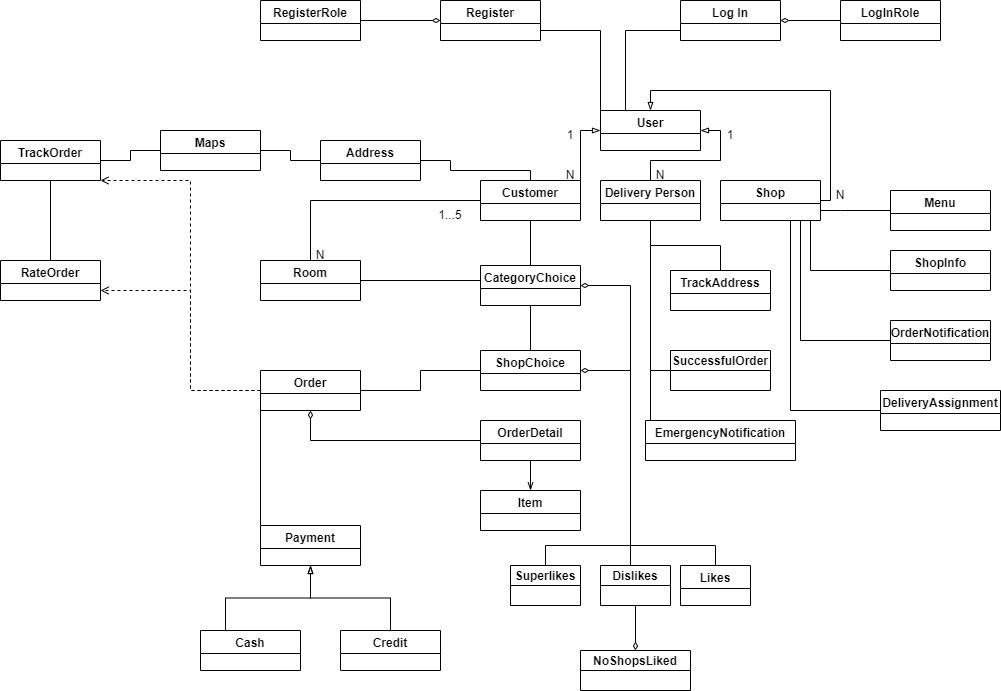
Above: AthanasiaZ/Writing-Charts/Phase2/initialdomain.png in iloudaros/nomnomr (draw.io), before the change. Source tidied: cells renumbered, new cells last; positions are measured from the earlier drawing's top-left corner, leaving out a move shared by most shapes.
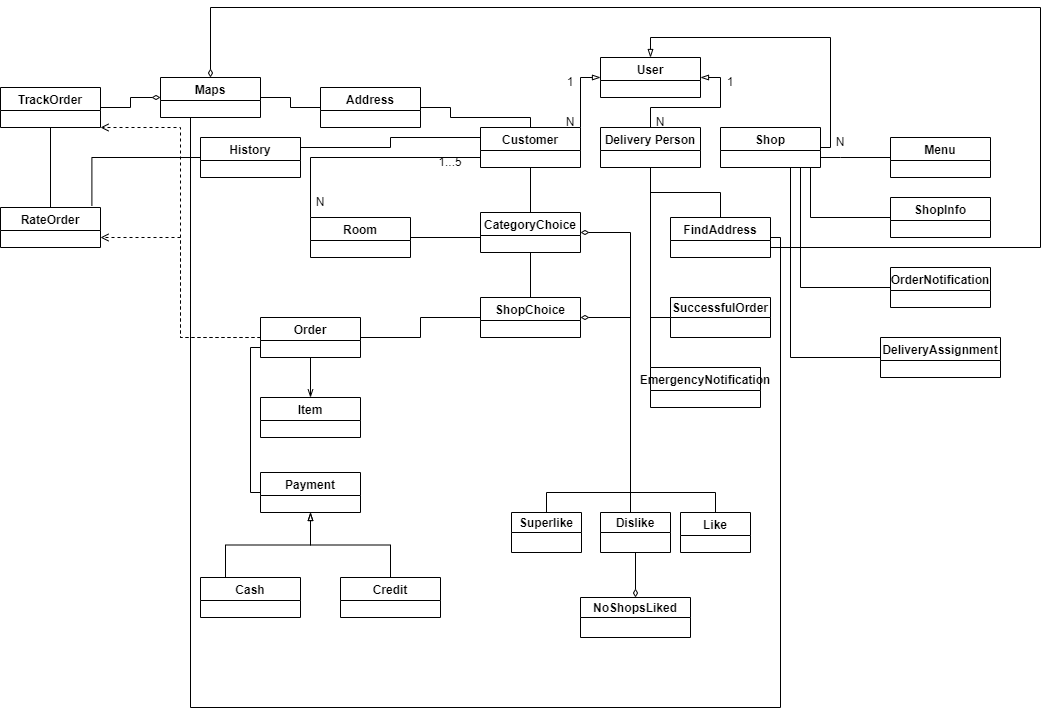
The same diagram one commit later.

Change to the diagram source:
```diff
@@ -13,7 +13,11 @@
       </mxGeometry>
     </mxCell>
     <mxCell id="4" style="edgeStyle=orthogonalEdgeStyle;rounded=0;jettySize=auto;html=1;entryX=0.5;entryY=0;entryDx=0;entryDy=0;endArrow=none;endFill=0;" parent="1" edge="1" source="7" target="32">
-      <mxGeometry relative="1" as="geometry" />
+      <mxGeometry relative="1" as="geometry">
+        <Array as="points">
+          <mxPoint x="310" y="210" />
+        </Array>
+      </mxGeometry>
     </mxCell>
     <mxCell id="5" style="edgeStyle=orthogonalEdgeStyle;rounded=0;jettySize=auto;html=1;entryX=1;entryY=0.5;entryDx=0;entryDy=0;startArrow=none;startFill=0;endArrow=none;endFill=0;" parent="1" edge="1" source="7" target="52">
       <mxGeometry relative="1" as="geometry">
@@ -27,6 +31,9 @@
     <mxCell id="6" style="edgeStyle=orthogonalEdgeStyle;rounded=0;jettySize=auto;html=1;exitX=0.5;exitY=1;exitDx=0;exitDy=0;entryX=0.5;entryY=0;entryDx=0;entryDy=0;startArrow=none;startFill=0;endArrow=none;endFill=0;" parent="1" edge="1" source="7" target="47">
       <mxGeometry relative="1" as="geometry" />
     </mxCell>
+    <mxCell id="76" style="edgeStyle=orthogonalEdgeStyle;rounded=0;jettySize=auto;html=1;exitX=0;exitY=0.25;exitDx=0;exitDy=0;entryX=1;entryY=0.25;entryDx=0;entryDy=0;startArrow=none;startFill=0;endArrow=none;endFill=0;" parent="1" edge="1" source="7" target="80">
+      <mxGeometry relative="1" as="geometry" />
+    </mxCell>
     <mxCell id="7" value="Customer" style="swimlane;" parent="1" vertex="1">
       <mxGeometry x="480" y="180" width="100" height="40" as="geometry" />
     </mxCell>
@@ -109,48 +116,18 @@
     <mxCell id="22" value="1" style="text;html=1;strokeColor=none;fillColor=none;align=center;verticalAlign=middle;whiteSpace=wrap;rounded=0;" parent="1" vertex="1">
       <mxGeometry x="700" y="120" width="60" height="30" as="geometry" />
     </mxCell>
-    <mxCell id="23" style="edgeStyle=orthogonalEdgeStyle;rounded=0;jettySize=auto;html=1;exitX=0.25;exitY=1;exitDx=0;exitDy=0;endArrow=none;endFill=0;entryX=0;entryY=0.75;entryDx=0;entryDy=0;" parent="1" edge="1" target="25">
-      <mxGeometry relative="1" as="geometry">
-        <mxPoint x="625" y="110" as="sourcePoint" />
-        <Array as="points">
-          <mxPoint x="625" y="30" />
-        </Array>
-      </mxGeometry>
-    </mxCell>
     <mxCell id="24" value="N" style="text;html=1;strokeColor=none;fillColor=none;align=center;verticalAlign=middle;whiteSpace=wrap;rounded=0;" parent="1" vertex="1">
       <mxGeometry x="810" y="180" width="60" height="30" as="geometry" />
     </mxCell>
-    <mxCell id="25" value="Log In" style="swimlane;" parent="1" vertex="1">
-      <mxGeometry x="680" width="100" height="40" as="geometry" />
-    </mxCell>
-    <mxCell id="26" style="edgeStyle=orthogonalEdgeStyle;rounded=0;jettySize=auto;html=1;entryX=0;entryY=0;entryDx=0;entryDy=0;endArrow=none;endFill=0;" parent="1" edge="1" source="28" target="2">
-      <mxGeometry relative="1" as="geometry">
-        <Array as="points">
-          <mxPoint x="600" y="30" />
-        </Array>
-      </mxGeometry>
-    </mxCell>
-    <mxCell id="27" style="edgeStyle=orthogonalEdgeStyle;rounded=0;jettySize=auto;html=1;startArrow=diamondThin;startFill=0;endArrow=none;endFill=0;" parent="1" edge="1" source="28" target="55">
-      <mxGeometry relative="1" as="geometry" />
-    </mxCell>
-    <mxCell id="28" value="Register" style="swimlane;" parent="1" vertex="1">
-      <mxGeometry x="440" width="100" height="40" as="geometry" />
-    </mxCell>
-    <mxCell id="29" style="edgeStyle=orthogonalEdgeStyle;rounded=0;jettySize=auto;html=1;entryX=1;entryY=0.5;entryDx=0;entryDy=0;endArrow=diamondThin;endFill=0;" parent="1" edge="1" source="30" target="25">
-      <mxGeometry relative="1" as="geometry" />
-    </mxCell>
-    <mxCell id="30" value="LogInRole" style="swimlane;" parent="1" vertex="1">
-      <mxGeometry x="840" width="100" height="40" as="geometry" />
-    </mxCell>
     <mxCell id="31" style="edgeStyle=orthogonalEdgeStyle;rounded=0;jettySize=auto;html=1;exitX=1;exitY=0.5;exitDx=0;exitDy=0;entryX=0;entryY=0.5;entryDx=0;entryDy=0;startArrow=none;startFill=0;endArrow=none;endFill=0;" parent="1" edge="1" source="32" target="47">
       <mxGeometry relative="1" as="geometry">
         <Array as="points">
-          <mxPoint x="480" y="280" />
+          <mxPoint x="480" y="290" />
         </Array>
       </mxGeometry>
     </mxCell>
     <mxCell id="32" value="Room" style="swimlane;" parent="1" vertex="1">
-      <mxGeometry x="260" y="260" width="100" height="40" as="geometry" />
+      <mxGeometry x="310" y="270" width="100" height="40" as="geometry" />
     </mxCell>
     <mxCell id="33" value="1...5" style="text;html=1;strokeColor=none;fillColor=none;align=center;verticalAlign=middle;whiteSpace=wrap;rounded=0;" parent="1" vertex="1">
       <mxGeometry x="420" y="200" width="60" height="30" as="geometry" />
@@ -161,16 +138,16 @@
     <mxCell id="35" style="edgeStyle=orthogonalEdgeStyle;rounded=0;jettySize=auto;html=1;entryX=1;entryY=1;entryDx=0;entryDy=0;startArrow=none;startFill=0;endArrow=open;endFill=0;dashed=1;" parent="1" edge="1" source="37" target="67">
       <mxGeometry relative="1" as="geometry">
         <Array as="points">
-          <mxPoint x="190" y="390" />
-          <mxPoint x="190" y="180" />
+          <mxPoint x="180" y="390" />
+          <mxPoint x="180" y="180" />
         </Array>
       </mxGeometry>
     </mxCell>
     <mxCell id="36" style="edgeStyle=orthogonalEdgeStyle;rounded=0;jettySize=auto;html=1;entryX=1;entryY=0.75;entryDx=0;entryDy=0;dashed=1;startArrow=none;startFill=0;endArrow=open;endFill=0;" parent="1" edge="1" source="37" target="68">
       <mxGeometry relative="1" as="geometry">
         <Array as="points">
-          <mxPoint x="190" y="390" />
-          <mxPoint x="190" y="290" />
+          <mxPoint x="180" y="390" />
+          <mxPoint x="180" y="290" />
         </Array>
       </mxGeometry>
     </mxCell>
@@ -180,26 +157,16 @@
     <mxCell id="38" style="edgeStyle=orthogonalEdgeStyle;rounded=0;jettySize=auto;html=1;exitX=0;exitY=0.75;exitDx=0;exitDy=0;entryX=0;entryY=0.5;entryDx=0;entryDy=0;startArrow=none;startFill=0;endArrow=none;endFill=0;" parent="1" edge="1" source="37" target="44">
       <mxGeometry relative="1" as="geometry">
         <Array as="points">
-          <mxPoint x="260" y="550" />
-          <mxPoint x="260" y="550" />
+          <mxPoint x="250" y="400" />
+          <mxPoint x="250" y="545" />
         </Array>
       </mxGeometry>
     </mxCell>
-    <mxCell id="39" style="edgeStyle=orthogonalEdgeStyle;rounded=0;jettySize=auto;html=1;exitX=0.5;exitY=1;exitDx=0;exitDy=0;entryX=0.5;entryY=0;entryDx=0;entryDy=0;startArrow=none;startFill=0;endArrow=openThin;endFill=0;" parent="1" edge="1" source="41" target="42">
+    <mxCell id="39" style="edgeStyle=orthogonalEdgeStyle;rounded=0;jettySize=auto;html=1;exitX=0.5;exitY=1;exitDx=0;exitDy=0;entryX=0.5;entryY=0;entryDx=0;entryDy=0;startArrow=none;startFill=0;endArrow=openThin;endFill=0;" parent="1" edge="1" source="37" target="42">
       <mxGeometry relative="1" as="geometry" />
     </mxCell>
-    <mxCell id="40" style="edgeStyle=orthogonalEdgeStyle;rounded=0;jettySize=auto;html=1;exitX=0;exitY=0.5;exitDx=0;exitDy=0;entryX=0.5;entryY=1;entryDx=0;entryDy=0;startArrow=none;startFill=0;endArrow=diamondThin;endFill=0;" parent="1" edge="1" source="41" target="37">
-      <mxGeometry relative="1" as="geometry">
-        <Array as="points">
-          <mxPoint x="310" y="440" />
-        </Array>
-      </mxGeometry>
-    </mxCell>
-    <mxCell id="41" value="OrderDetail" style="swimlane;startSize=23;" parent="1" vertex="1">
-      <mxGeometry x="480" y="420" width="100" height="40" as="geometry" />
-    </mxCell>
     <mxCell id="42" value="Item" style="swimlane;startSize=23;" parent="1" vertex="1">
-      <mxGeometry x="480" y="490" width="100" height="40" as="geometry" />
+      <mxGeometry x="260" y="450" width="100" height="40" as="geometry" />
     </mxCell>
     <mxCell id="43" style="edgeStyle=orthogonalEdgeStyle;rounded=0;jettySize=auto;html=1;startArrow=blockThin;startFill=0;endArrow=none;endFill=0;entryX=0.25;entryY=0;entryDx=0;entryDy=0;" parent="1" edge="1" source="44" target="56">
       <mxGeometry relative="1" as="geometry" />
@@ -235,15 +202,12 @@
     <mxCell id="52" value="Address" style="swimlane;" parent="1" vertex="1">
       <mxGeometry x="320" y="140" width="100" height="40" as="geometry" />
     </mxCell>
-    <mxCell id="53" style="edgeStyle=orthogonalEdgeStyle;rounded=0;jettySize=auto;html=1;entryX=1;entryY=0.5;entryDx=0;entryDy=0;startArrow=none;startFill=0;endArrow=none;endFill=0;" parent="1" edge="1" source="54" target="67">
+    <mxCell id="53" style="edgeStyle=orthogonalEdgeStyle;rounded=0;jettySize=auto;html=1;entryX=1;entryY=0.5;entryDx=0;entryDy=0;startArrow=diamondThin;startFill=0;endArrow=none;endFill=0;" parent="1" edge="1" source="54" target="67">
       <mxGeometry relative="1" as="geometry" />
     </mxCell>
     <mxCell id="54" value="Maps" style="swimlane;" parent="1" vertex="1">
       <mxGeometry x="160" y="130" width="100" height="40" as="geometry" />
     </mxCell>
-    <mxCell id="55" value="RegisterRole" style="swimlane;" parent="1" vertex="1">
-      <mxGeometry x="260" width="100" height="40" as="geometry" />
-    </mxCell>
     <mxCell id="56" value="Cash" style="swimlane;" parent="1" vertex="1">
       <mxGeometry x="200" y="630" width="100" height="40" as="geometry" />
     </mxCell>
@@ -253,7 +217,7 @@
     <mxCell id="58" value="Credit" style="swimlane;" parent="1" vertex="1">
       <mxGeometry x="340" y="630" width="100" height="40" as="geometry" />
     </mxCell>
-    <mxCell id="59" value="Likes" style="swimlane;" parent="1" vertex="1">
+    <mxCell id="59" value="Like" style="swimlane;" parent="1" vertex="1">
       <mxGeometry x="680" y="565" width="70" height="40" as="geometry" />
     </mxCell>
     <mxCell id="60" style="edgeStyle=orthogonalEdgeStyle;rounded=0;jettySize=auto;html=1;exitX=0.5;exitY=0;exitDx=0;exitDy=0;startArrow=none;startFill=0;endArrow=none;endFill=0;" parent="1" edge="1" source="62">
@@ -266,14 +230,14 @@
         <mxPoint x="635" y="650" as="targetPoint" />
       </mxGeometry>
     </mxCell>
-    <mxCell id="62" value="Dislikes" style="swimlane;startSize=20;" parent="1" vertex="1">
+    <mxCell id="62" value="Dislike" style="swimlane;startSize=20;" parent="1" vertex="1">
       <mxGeometry x="600" y="565" width="70" height="40" as="geometry" />
     </mxCell>
     <mxCell id="63" style="edgeStyle=orthogonalEdgeStyle;rounded=0;jettySize=auto;html=1;exitX=0.5;exitY=0;exitDx=0;exitDy=0;entryX=0.5;entryY=0;entryDx=0;entryDy=0;startArrow=none;startFill=0;endArrow=none;endFill=0;" parent="1" edge="1" source="64" target="59">
       <mxGeometry relative="1" as="geometry" />
     </mxCell>
-    <mxCell id="64" value="Superlikes" style="swimlane;startSize=20;" parent="1" vertex="1">
-      <mxGeometry x="510" y="565" width="70" height="40" as="geometry" />
+    <mxCell id="64" value="Superlike" style="swimlane;startSize=20;" parent="1" vertex="1">
+      <mxGeometry x="511" y="565" width="70" height="40" as="geometry" />
     </mxCell>
     <mxCell id="65" value="NoShopsLiked" style="swimlane;startSize=20;" parent="1" vertex="1">
       <mxGeometry x="580" y="650" width="110" height="40" as="geometry" />
@@ -287,7 +251,17 @@
     <mxCell id="68" value="RateOrder" style="swimlane;" parent="1" vertex="1">
       <mxGeometry y="260" width="100" height="40" as="geometry" />
     </mxCell>
+    <mxCell id="77" style="edgeStyle=orthogonalEdgeStyle;rounded=0;jettySize=auto;html=1;entryX=0.5;entryY=1;entryDx=0;entryDy=0;startArrow=none;startFill=0;endArrow=none;endFill=0;" parent="1" edge="1" source="69" target="54">
+      <mxGeometry relative="1" as="geometry">
+        <Array as="points">
+          <mxPoint x="780" y="290" />
+          <mxPoint x="780" y="760" />
+          <mxPoint x="190" y="760" />
+          <mxPoint x="190" y="170" />
+        </Array>
+      </mxGeometry>
+    </mxCell>
-    <mxCell id="69" value="TrackAddress" style="swimlane;" parent="1" vertex="1">
+    <mxCell id="69" value="FindAddress" style="swimlane;" parent="1" vertex="1">
       <mxGeometry x="670" y="270" width="100" height="40" as="geometry" />
     </mxCell>
     <mxCell id="70" value="SuccessfulOrder" style="swimlane;startSize=20;" parent="1" vertex="1">
@@ -296,6 +270,17 @@
     <mxCell id="71" value="Menu" style="swimlane;" parent="1" vertex="1">
       <mxGeometry x="890" y="190" width="100" height="40" as="geometry" />
     </mxCell>
+    <mxCell id="78" style="edgeStyle=orthogonalEdgeStyle;rounded=0;jettySize=auto;html=1;entryX=0.5;entryY=0;entryDx=0;entryDy=0;startArrow=none;startFill=0;endArrow=diamondThin;endFill=0;" parent="1" edge="1" target="54">
+      <mxGeometry relative="1" as="geometry">
+        <mxPoint x="770" y="300" as="sourcePoint" />
+        <Array as="points">
+          <mxPoint x="770" y="300" />
+          <mxPoint x="1040" y="300" />
+          <mxPoint x="1040" y="60" />
+          <mxPoint x="210" y="60" />
+        </Array>
+      </mxGeometry>
+    </mxCell>
     <mxCell id="72" value="ShopInfo" style="swimlane;" parent="1" vertex="1">
       <mxGeometry x="890" y="250" width="100" height="40" as="geometry" />
     </mxCell>
@@ -306,7 +291,13 @@
       <mxGeometry x="880" y="390" width="120" height="40" as="geometry" />
     </mxCell>
     <mxCell id="75" value="EmergencyNotification" style="swimlane;" parent="1" vertex="1">
-      <mxGeometry x="645" y="420" width="150" height="40" as="geometry" />
+      <mxGeometry x="650" y="420" width="110" height="40" as="geometry" />
     </mxCell>
+    <mxCell id="79" style="edgeStyle=orthogonalEdgeStyle;rounded=0;jettySize=auto;html=1;exitX=0;exitY=0.5;exitDx=0;exitDy=0;entryX=0.914;entryY=-0.045;entryDx=0;entryDy=0;entryPerimeter=0;startArrow=none;startFill=0;endArrow=none;endFill=0;" parent="1" edge="1" source="80" target="68">
+      <mxGeometry relative="1" as="geometry" />
+    </mxCell>
+    <mxCell id="80" value="History" style="swimlane;" parent="1" vertex="1">
+      <mxGeometry x="200" y="190" width="100" height="40" as="geometry" />
+    </mxCell>
   </root>
 </mxGraphModel>
```
